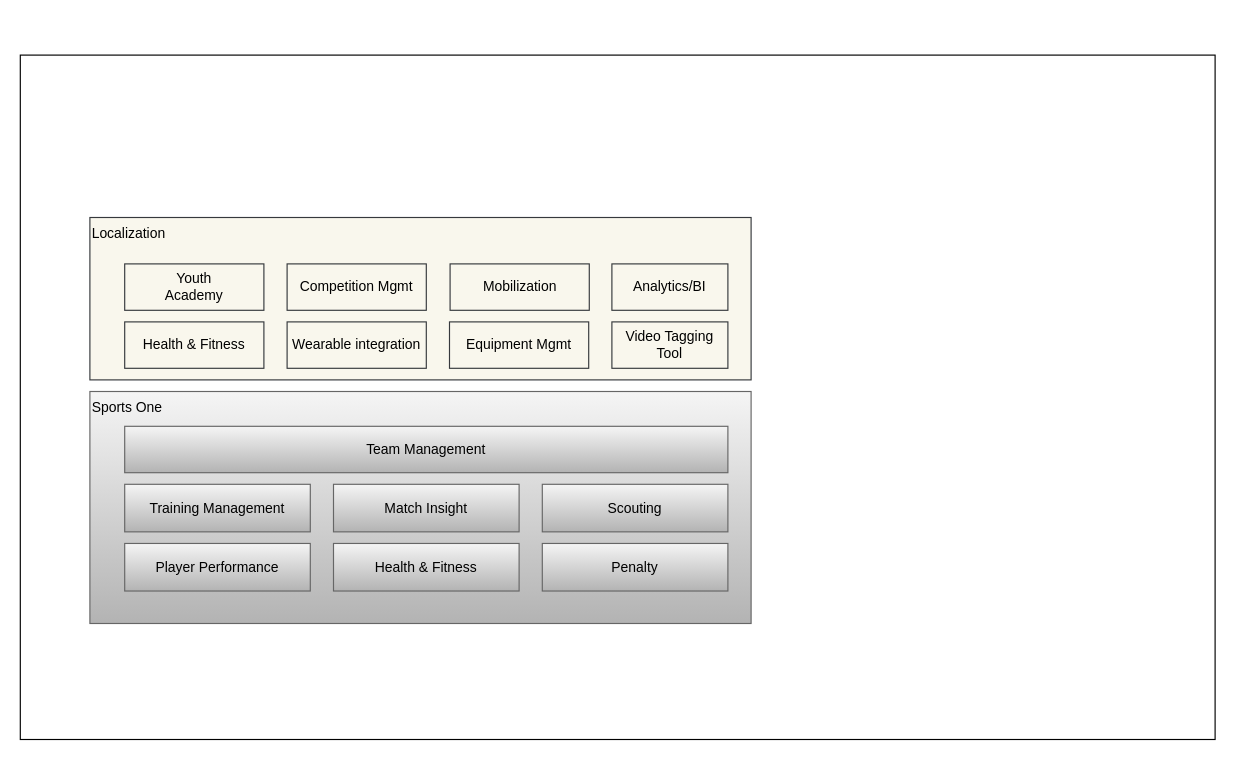
Earlier version of the draw.io diagram Untitled Diagram.drawio (wosary1984/draw.io). Source tidied: cells renumbered, new cells numbered last; positions are measured from the earlier drawing's top-left corner, leaving out a move shared by most shapes. Both pictures are drawn from the tidied source at 116%, with x=0, y=0 at pixel (20, 55).
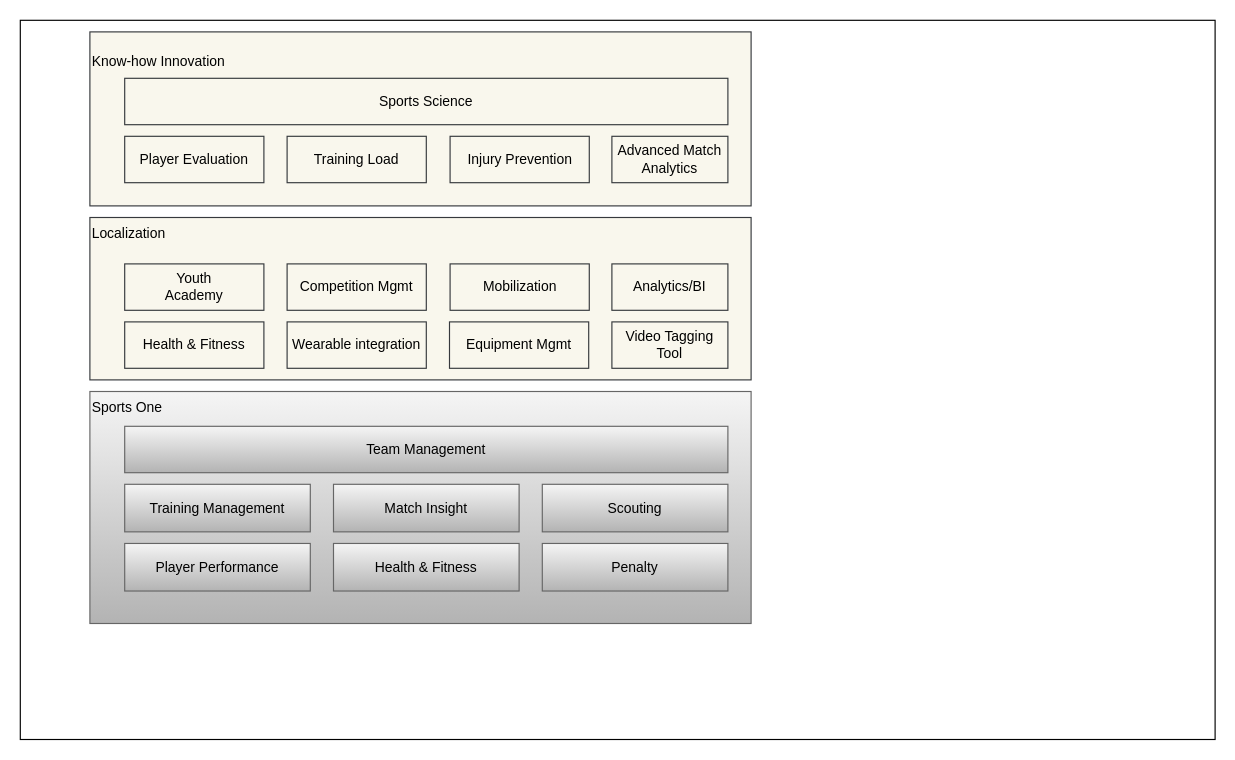
The same diagram, later.

What changed in the source:
```diff
@@
     <mxCell id="2" style="rounded=0;whiteSpace=wrap;html=1;" parent="1" vertex="1">
-      <mxGeometry width="1030" height="590" as="geometry" />
+      <mxGeometry y="-30" width="1030" height="620" as="geometry" />
     </mxCell>
@@
+    <mxCell id="20" value="&lt;p&gt;&lt;/p&gt;&lt;p&gt;&lt;span&gt;Know-how Innovation&amp;nbsp;&lt;/span&gt;&lt;/p&gt;" style="rounded=0;whiteSpace=wrap;html=1;fillColor=#f9f7ed;strokeColor=#36393d;align=left;verticalAlign=top;" parent="1" vertex="1">
+      <mxGeometry x="60" y="-20" width="570" height="150" as="geometry" />
+    </mxCell>
+    <mxCell id="21" value="&lt;p&gt;&lt;/p&gt;&lt;p&gt;&lt;span&gt;Player Evaluation&lt;/span&gt;&lt;/p&gt;" style="rounded=0;whiteSpace=wrap;html=1;align=center;fillColor=#f9f7ed;strokeColor=#36393d;" parent="1" vertex="1">
+      <mxGeometry x="90" y="70" width="120" height="40" as="geometry" />
+    </mxCell>
+    <mxCell id="22" value="&lt;p&gt;&lt;/p&gt;&lt;p&gt;&lt;span&gt;Training Load&lt;/span&gt;&lt;/p&gt;" style="rounded=0;whiteSpace=wrap;html=1;align=center;fillColor=#f9f7ed;strokeColor=#36393d;" parent="1" vertex="1">
+      <mxGeometry x="230" y="70" width="120" height="40" as="geometry" />
+    </mxCell>
+    <mxCell id="23" value="&lt;p&gt;&lt;span&gt;Injury Prevention&lt;/span&gt;&lt;/p&gt;" style="rounded=0;whiteSpace=wrap;html=1;align=center;fillColor=#f9f7ed;strokeColor=#36393d;" parent="1" vertex="1">
+      <mxGeometry x="370.5" y="70" width="120" height="40" as="geometry" />
+    </mxCell>
+    <mxCell id="24" value="Sports Science" style="rounded=0;whiteSpace=wrap;html=1;align=center;fillColor=#f9f7ed;strokeColor=#36393d;" parent="1" vertex="1">
+      <mxGeometry x="90" y="20" width="520" height="40" as="geometry" />
+    </mxCell>
+    <mxCell id="25" value="&lt;p&gt;&lt;/p&gt;&lt;p&gt;&lt;span&gt;Advanced Match Analytics&lt;/span&gt;&lt;/p&gt;" style="rounded=0;whiteSpace=wrap;html=1;align=center;fillColor=#f9f7ed;strokeColor=#36393d;" parent="1" vertex="1">
+      <mxGeometry x="510" y="70" width="100" height="40" as="geometry" />
+    </mxCell>
```
